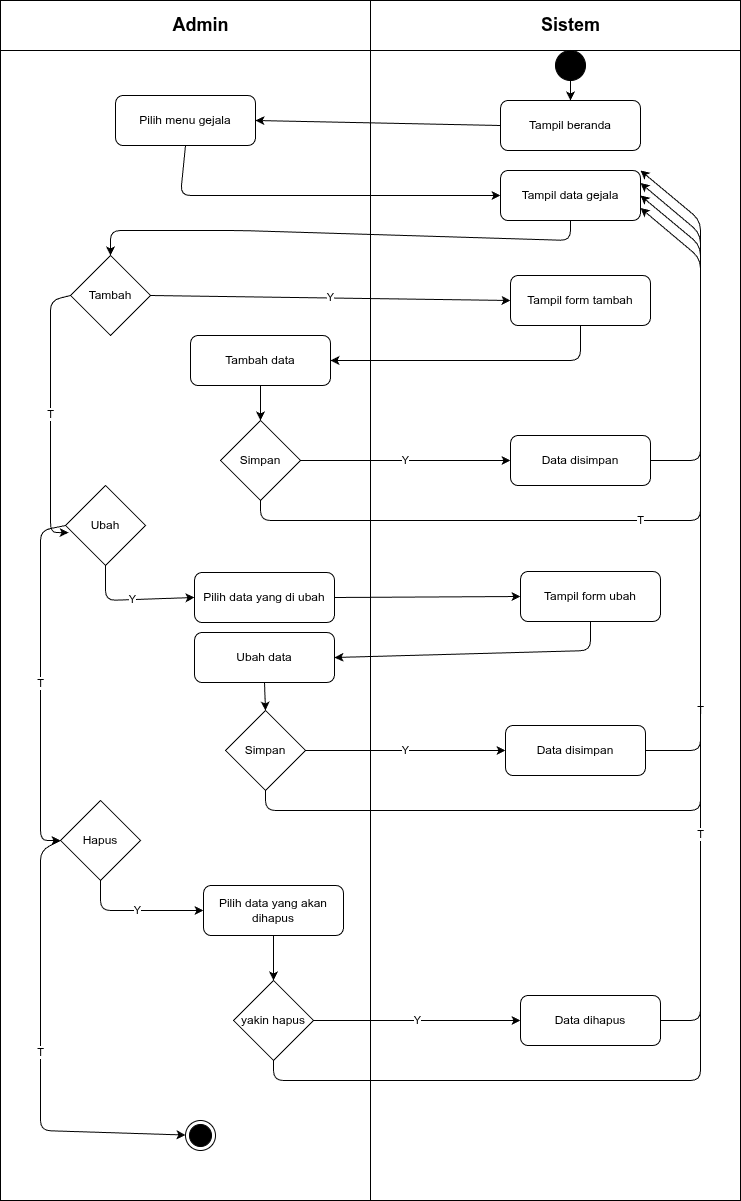
The draw.io diagram diagram/activity/admin/crud-gejala.png in RajaSunrise/kangkungku, before a commit. Source tidied: cells renumbered, new cells last; positions are measured from the earlier drawing's top-left corner, leaving out a move shared by most shapes. Its diagram source:
```xml
<mxGraphModel>
  <root>
    <mxCell id="0" />
    <mxCell id="1" parent="0" />
    <mxCell id="2" style="shape=internalStorage;whiteSpace=wrap;html=1;backgroundOutline=1;dx=370;dy=50;" parent="1" vertex="1">
      <mxGeometry width="740" height="1200" as="geometry" />
    </mxCell>
    <mxCell id="3" value="Admin" style="text;html=1;strokeColor=none;fillColor=none;align=center;verticalAlign=middle;rounded=1;fontSize=18;fontStyle=1;" parent="1" vertex="1">
      <mxGeometry x="165" y="10" width="70" height="30" as="geometry" />
    </mxCell>
    <mxCell id="4" value="Sistem" style="text;html=1;strokeColor=none;fillColor=none;align=center;verticalAlign=middle;rounded=1;fontSize=18;fontStyle=1;" parent="1" vertex="1">
      <mxGeometry x="535" y="10" width="70" height="30" as="geometry" />
    </mxCell>
    <mxCell id="5" style="ellipse;whiteSpace=wrap;html=1;fillColor=#000000;strokeColor=#000000;" parent="1" vertex="1">
      <mxGeometry x="555" y="50" width="30" height="30" as="geometry" />
    </mxCell>
    <mxCell id="6" value="Tampil beranda" style="rounded=1;whiteSpace=wrap;html=1;" parent="1" vertex="1">
      <mxGeometry x="500" y="100" width="140" height="50" as="geometry" />
    </mxCell>
    <mxCell id="7" style="endArrow=classic;html=1;exitX=0.5;exitY=1;entryX=0.5;entryY=0;" parent="1" edge="1" source="5" target="6">
      <mxGeometry relative="1" as="geometry" />
    </mxCell>
    <mxCell id="8" value="Pilih menu gejala" style="rounded=1;whiteSpace=wrap;html=1;" parent="1" vertex="1">
      <mxGeometry x="115" y="95" width="140" height="50" as="geometry" />
    </mxCell>
    <mxCell id="9" style="endArrow=classic;html=1;exitX=0;exitY=0.5;entryX=1;entryY=0.5;" parent="1" edge="1" source="6" target="8">
      <mxGeometry relative="1" as="geometry" />
    </mxCell>
    <mxCell id="10" value="Tampil data gejala" style="rounded=1;whiteSpace=wrap;html=1;" parent="1" vertex="1">
      <mxGeometry x="500" y="170" width="140" height="50" as="geometry" />
    </mxCell>
    <mxCell id="11" style="endArrow=classic;html=1;exitX=0.5;exitY=1;entryX=0;entryY=0.5;" parent="1" edge="1" source="8" target="10">
      <mxGeometry relative="1" as="geometry">
        <Array as="points">
          <mxPoint x="180" y="195" />
        </Array>
      </mxGeometry>
    </mxCell>
    <mxCell id="12" value="Tambah" style="rhombus;whiteSpace=wrap;html=1;" parent="1" vertex="1">
      <mxGeometry x="70" y="255" width="80" height="80" as="geometry" />
    </mxCell>
    <mxCell id="13" style="endArrow=classic;html=1;exitX=0.5;exitY=1;entryX=0.5;entryY=0;exitDx=0;exitDy=0;" parent="1" edge="1" source="10" target="12">
      <mxGeometry relative="1" as="geometry">
        <Array as="points">
          <mxPoint x="570" y="240" />
          <mxPoint x="240" y="230" />
          <mxPoint x="110" y="230" />
        </Array>
      </mxGeometry>
    </mxCell>
    <mxCell id="14" value="Tampil form tambah" style="rounded=1;whiteSpace=wrap;html=1;" parent="1" vertex="1">
      <mxGeometry x="510" y="275" width="140" height="50" as="geometry" />
    </mxCell>
    <mxCell id="15" value="Y" style="endArrow=classic;html=1;exitX=1;exitY=0.5;entryX=0;entryY=0.5;" parent="1" edge="1" source="12" target="14">
      <mxGeometry relative="1" as="geometry" />
    </mxCell>
    <mxCell id="16" value="Tambah data" style="rounded=1;whiteSpace=wrap;html=1;" parent="1" vertex="1">
      <mxGeometry x="190" y="335" width="140" height="50" as="geometry" />
    </mxCell>
    <mxCell id="17" style="endArrow=classic;html=1;exitX=0.5;exitY=1;entryX=1;entryY=0.5;" parent="1" edge="1" source="14" target="16">
      <mxGeometry relative="1" as="geometry">
        <Array as="points">
          <mxPoint x="580" y="360" />
        </Array>
      </mxGeometry>
    </mxCell>
    <mxCell id="18" value="Simpan" style="rhombus;whiteSpace=wrap;html=1;" parent="1" vertex="1">
      <mxGeometry x="220" y="420" width="80" height="80" as="geometry" />
    </mxCell>
    <mxCell id="19" style="endArrow=classic;html=1;exitX=0.5;exitY=1;entryX=0.5;entryY=0;" parent="1" edge="1" source="16" target="18">
      <mxGeometry relative="1" as="geometry" />
    </mxCell>
    <mxCell id="20" value="Data disimpan" style="rounded=1;whiteSpace=wrap;html=1;" parent="1" vertex="1">
      <mxGeometry x="510" y="435" width="140" height="50" as="geometry" />
    </mxCell>
    <mxCell id="21" value="Y" style="endArrow=classic;html=1;exitX=1;exitY=0.5;entryX=0;entryY=0.5;" parent="1" edge="1" source="18" target="20">
      <mxGeometry relative="1" as="geometry" />
    </mxCell>
    <mxCell id="22" style="endArrow=classic;html=1;exitX=1;exitY=0.5;entryX=1;entryY=0.5;" parent="1" edge="1" source="20" target="10">
      <mxGeometry relative="1" as="geometry">
        <Array as="points">
          <mxPoint x="700" y="460" />
          <mxPoint x="700" y="245" />
        </Array>
      </mxGeometry>
    </mxCell>
    <mxCell id="23" value="T" style="endArrow=classic;html=1;exitX=0.5;exitY=1;entryX=1;entryY=0.75;" parent="1" edge="1" source="18" target="10">
      <mxGeometry relative="1" as="geometry">
        <Array as="points">
          <mxPoint x="260" y="520" />
          <mxPoint x="700" y="520" />
          <mxPoint x="700" y="258" />
        </Array>
      </mxGeometry>
    </mxCell>
    <mxCell id="24" value="Ubah" style="rhombus;whiteSpace=wrap;html=1;" parent="1" vertex="1">
      <mxGeometry x="65" y="485" width="80" height="80" as="geometry" />
    </mxCell>
    <mxCell id="25" value="T" style="endArrow=classic;html=1;exitX=0;exitY=0.5;entryX=0.039;entryY=0.589;exitDx=0;exitDy=0;entryDx=0;entryDy=0;entryPerimeter=0;" parent="1" edge="1" source="12" target="24">
      <mxGeometry relative="1" as="geometry">
        <Array as="points">
          <mxPoint x="50" y="300" />
          <mxPoint x="50" y="532" />
        </Array>
      </mxGeometry>
    </mxCell>
    <mxCell id="26" value="Pilih data yang di ubah" style="rounded=1;whiteSpace=wrap;html=1;" parent="1" vertex="1">
      <mxGeometry x="194" y="572" width="140" height="50" as="geometry" />
    </mxCell>
    <mxCell id="27" value="Y" style="endArrow=classic;html=1;exitX=0.5;exitY=1;entryX=0;entryY=0.5;entryDx=0;entryDy=0;exitDx=0;exitDy=0;" parent="1" edge="1" source="24" target="26">
      <mxGeometry relative="1" as="geometry">
        <Array as="points">
          <mxPoint x="105" y="600" />
        </Array>
      </mxGeometry>
    </mxCell>
    <mxCell id="28" value="Tampil form ubah" style="rounded=1;whiteSpace=wrap;html=1;" parent="1" vertex="1">
      <mxGeometry x="520" y="571" width="140" height="50" as="geometry" />
    </mxCell>
    <mxCell id="29" style="endArrow=classic;html=1;exitX=1;exitY=0.5;entryX=0;entryY=0.5;" parent="1" edge="1" source="26" target="28">
      <mxGeometry relative="1" as="geometry" />
    </mxCell>
    <mxCell id="30" value="Ubah data" style="rounded=1;whiteSpace=wrap;html=1;" parent="1" vertex="1">
      <mxGeometry x="194" y="632" width="140" height="50" as="geometry" />
    </mxCell>
    <mxCell id="31" style="endArrow=classic;html=1;exitX=0.5;exitY=1;entryX=1;entryY=0.5;" parent="1" edge="1" source="28" target="30">
      <mxGeometry relative="1" as="geometry">
        <Array as="points">
          <mxPoint x="590" y="650" />
        </Array>
      </mxGeometry>
    </mxCell>
    <mxCell id="32" value="Simpan" style="rhombus;whiteSpace=wrap;html=1;" parent="1" vertex="1">
      <mxGeometry x="225" y="710" width="80" height="80" as="geometry" />
    </mxCell>
    <mxCell id="33" style="endArrow=classic;html=1;exitX=0.5;exitY=1;entryX=0.5;entryY=0;" parent="1" edge="1" source="30" target="32">
      <mxGeometry relative="1" as="geometry" />
    </mxCell>
    <mxCell id="34" value="Data disimpan" style="rounded=1;whiteSpace=wrap;html=1;" parent="1" vertex="1">
      <mxGeometry x="505" y="725" width="140" height="50" as="geometry" />
    </mxCell>
    <mxCell id="35" value="Y" style="endArrow=classic;html=1;exitX=1;exitY=0.5;entryX=0;entryY=0.5;" parent="1" edge="1" source="32" target="34">
      <mxGeometry relative="1" as="geometry" />
    </mxCell>
    <mxCell id="36" style="endArrow=classic;html=1;exitX=1;exitY=0.5;entryX=1;entryY=0.5;" parent="1" edge="1" source="34" target="10">
      <mxGeometry relative="1" as="geometry">
        <Array as="points">
          <mxPoint x="700" y="750" />
          <mxPoint x="700" y="245" />
        </Array>
      </mxGeometry>
    </mxCell>
    <mxCell id="37" value="T" style="endArrow=classic;html=1;exitX=0.5;exitY=1;entryX=1;entryY=0.25;" parent="1" edge="1" source="32" target="10">
      <mxGeometry relative="1" as="geometry">
        <Array as="points">
          <mxPoint x="265" y="810" />
          <mxPoint x="700" y="810" />
          <mxPoint x="700" y="233" />
        </Array>
      </mxGeometry>
    </mxCell>
    <mxCell id="38" value="Hapus" style="rhombus;whiteSpace=wrap;html=1;" parent="1" vertex="1">
      <mxGeometry x="60" y="800" width="80" height="80" as="geometry" />
    </mxCell>
    <mxCell id="39" value="T" style="endArrow=classic;html=1;exitX=0;exitY=0.5;entryX=0;entryY=0.5;exitDx=0;exitDy=0;entryDx=0;entryDy=0;" parent="1" edge="1" source="24" target="38">
      <mxGeometry relative="1" as="geometry">
        <Array as="points">
          <mxPoint x="40" y="530" />
          <mxPoint x="40" y="840" />
        </Array>
      </mxGeometry>
    </mxCell>
    <mxCell id="40" value="Pilih data yang akan dihapus" style="rounded=1;whiteSpace=wrap;html=1;" parent="1" vertex="1">
      <mxGeometry x="203" y="885" width="140" height="50" as="geometry" />
    </mxCell>
    <mxCell id="41" value="Y" style="endArrow=classic;html=1;exitX=0.5;exitY=1;entryX=0;entryY=0.5;exitDx=0;exitDy=0;entryDx=0;entryDy=0;" parent="1" edge="1" source="38" target="40">
      <mxGeometry relative="1" as="geometry">
        <Array as="points">
          <mxPoint x="100" y="910" />
        </Array>
      </mxGeometry>
    </mxCell>
    <mxCell id="42" value="yakin hapus" style="rhombus;whiteSpace=wrap;html=1;" parent="1" vertex="1">
      <mxGeometry x="233" y="980" width="80" height="80" as="geometry" />
    </mxCell>
    <mxCell id="43" style="endArrow=classic;html=1;exitX=0.5;exitY=1;entryX=0.5;entryY=0;" parent="1" edge="1" source="40" target="42">
      <mxGeometry relative="1" as="geometry" />
    </mxCell>
    <mxCell id="44" value="Data dihapus" style="rounded=1;whiteSpace=wrap;html=1;" parent="1" vertex="1">
      <mxGeometry x="520" y="995" width="140" height="50" as="geometry" />
    </mxCell>
    <mxCell id="45" value="Y" style="endArrow=classic;html=1;exitX=1;exitY=0.5;entryX=0;entryY=0.5;" parent="1" edge="1" source="42" target="44">
      <mxGeometry relative="1" as="geometry" />
    </mxCell>
    <mxCell id="46" style="endArrow=classic;html=1;exitX=1;exitY=0.5;entryX=1;entryY=0.5;" parent="1" edge="1" source="44" target="10">
      <mxGeometry relative="1" as="geometry">
        <Array as="points">
          <mxPoint x="700" y="1020" />
          <mxPoint x="700" y="245" />
        </Array>
      </mxGeometry>
    </mxCell>
    <mxCell id="47" value="T" style="endArrow=classic;html=1;exitX=0.5;exitY=1;entryX=1;entryY=0;" parent="1" edge="1" source="42" target="10">
      <mxGeometry relative="1" as="geometry">
        <Array as="points">
          <mxPoint x="273" y="1080" />
          <mxPoint x="700" y="1080" />
          <mxPoint x="700" y="220" />
        </Array>
      </mxGeometry>
    </mxCell>
    <mxCell id="48" style="ellipse;html=1;shape=endState;fillColor=#000000;strokeColor=#000000;" parent="1" vertex="1">
      <mxGeometry x="185" y="1120" width="30" height="30" as="geometry" />
    </mxCell>
    <mxCell id="49" value="T" style="endArrow=classic;html=1;exitX=0;exitY=0.5;exitDx=0;exitDy=0;" parent="1" edge="1" source="38" target="48">
      <mxGeometry relative="1" as="geometry">
        <Array as="points">
          <mxPoint x="40" y="850" />
          <mxPoint x="40" y="1130" />
        </Array>
      </mxGeometry>
    </mxCell>
  </root>
</mxGraphModel>
```
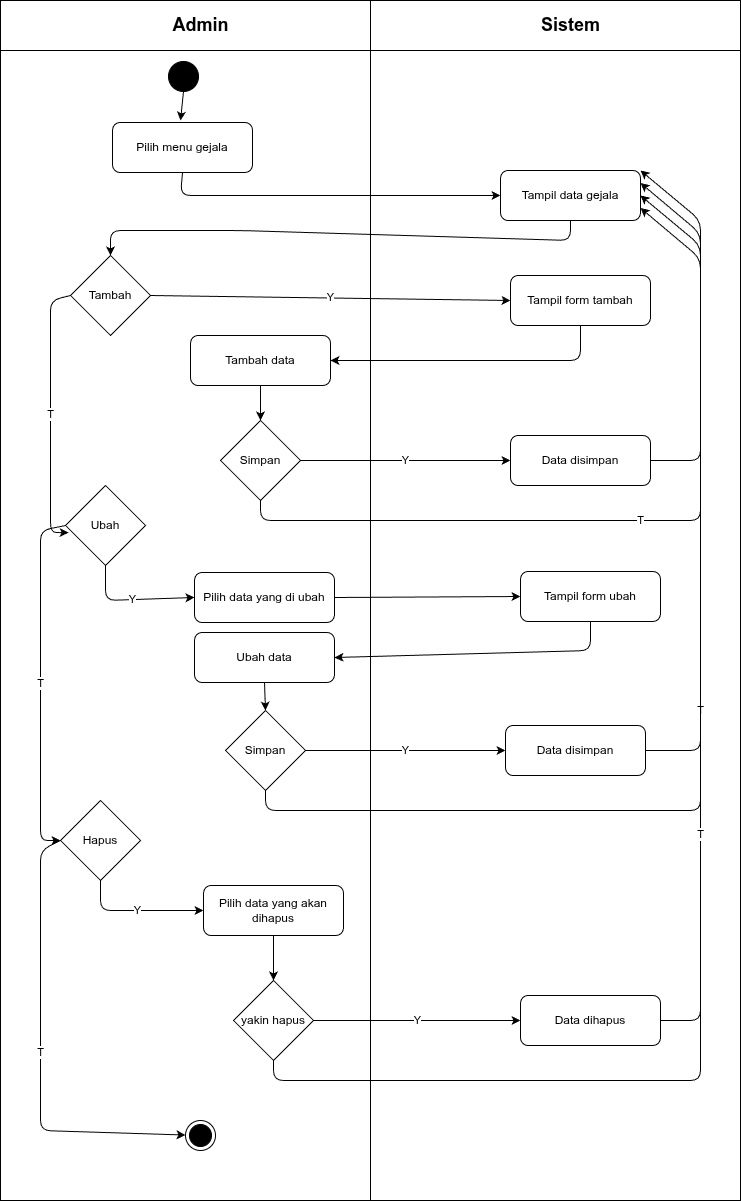
After the change.

Diff of the diagram source:
```diff
@@ -12,20 +12,16 @@
       <mxGeometry x="535" y="10" width="70" height="30" as="geometry" />
     </mxCell>
     <mxCell id="5" style="ellipse;whiteSpace=wrap;html=1;fillColor=#000000;strokeColor=#000000;" parent="1" vertex="1">
-      <mxGeometry x="555" y="50" width="30" height="30" as="geometry" />
+      <mxGeometry x="168" y="61" width="30" height="30" as="geometry" />
     </mxCell>
-    <mxCell id="6" value="Tampil beranda" style="rounded=1;whiteSpace=wrap;html=1;" parent="1" vertex="1">
-      <mxGeometry x="500" y="100" width="140" height="50" as="geometry" />
-    </mxCell>
-    <mxCell id="7" style="endArrow=classic;html=1;exitX=0.5;exitY=1;entryX=0.5;entryY=0;" parent="1" edge="1" source="5" target="6">
-      <mxGeometry relative="1" as="geometry" />
+    <mxCell id="7" style="endArrow=classic;html=1;exitX=0.5;exitY=1;" parent="1" edge="1" source="5">
+      <mxGeometry relative="1" as="geometry">
+        <mxPoint x="180" y="120" as="targetPoint" />
+      </mxGeometry>
     </mxCell>
     <mxCell id="8" value="Pilih menu gejala" style="rounded=1;whiteSpace=wrap;html=1;" parent="1" vertex="1">
-      <mxGeometry x="115" y="95" width="140" height="50" as="geometry" />
+      <mxGeometry x="112" y="122" width="140" height="50" as="geometry" />
     </mxCell>
-    <mxCell id="9" style="endArrow=classic;html=1;exitX=0;exitY=0.5;entryX=1;entryY=0.5;" parent="1" edge="1" source="6" target="8">
-      <mxGeometry relative="1" as="geometry" />
-    </mxCell>
     <mxCell id="10" value="Tampil data gejala" style="rounded=1;whiteSpace=wrap;html=1;" parent="1" vertex="1">
       <mxGeometry x="500" y="170" width="140" height="50" as="geometry" />
     </mxCell>
```
